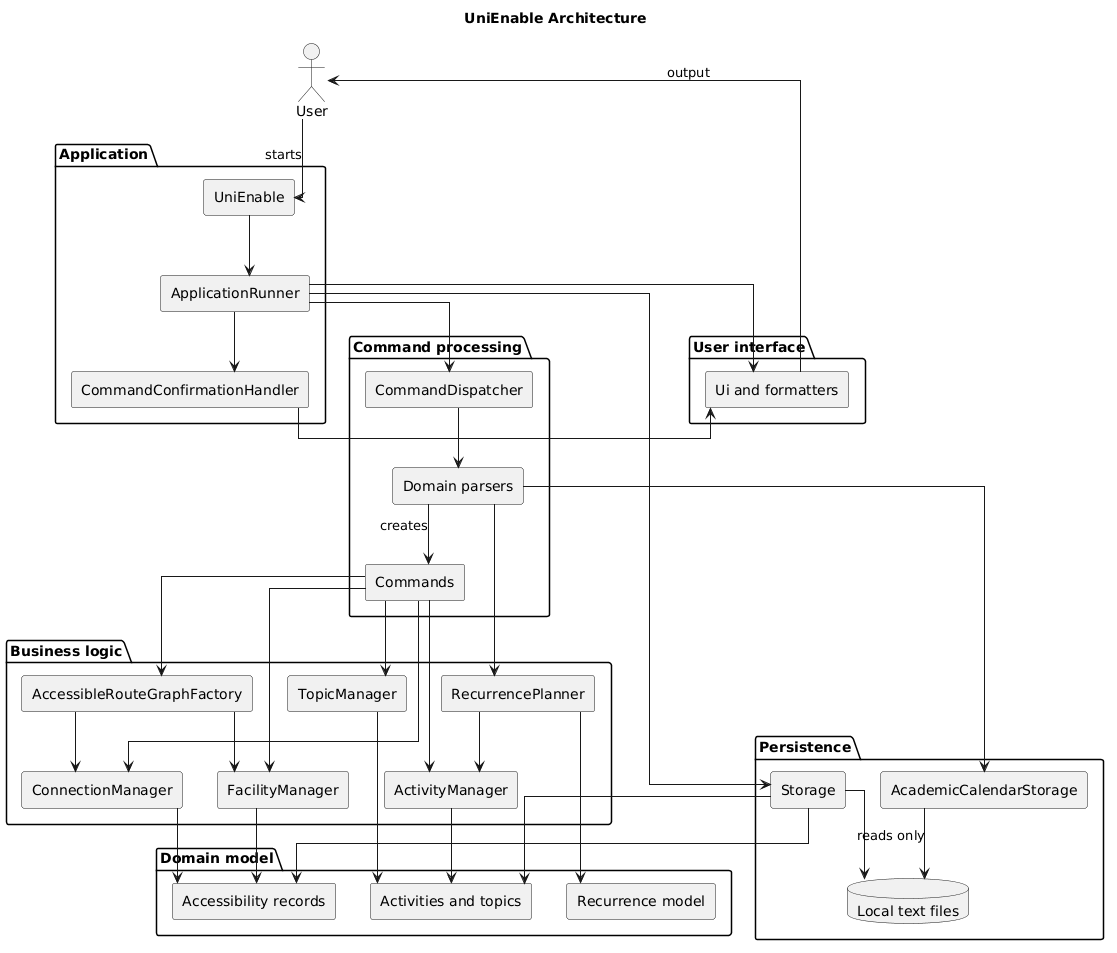
Above: docs/diagrams/architecture/ArchitectureDiagram.png in lukelouyu/SelfTeamProject (PlantUML), before the change.
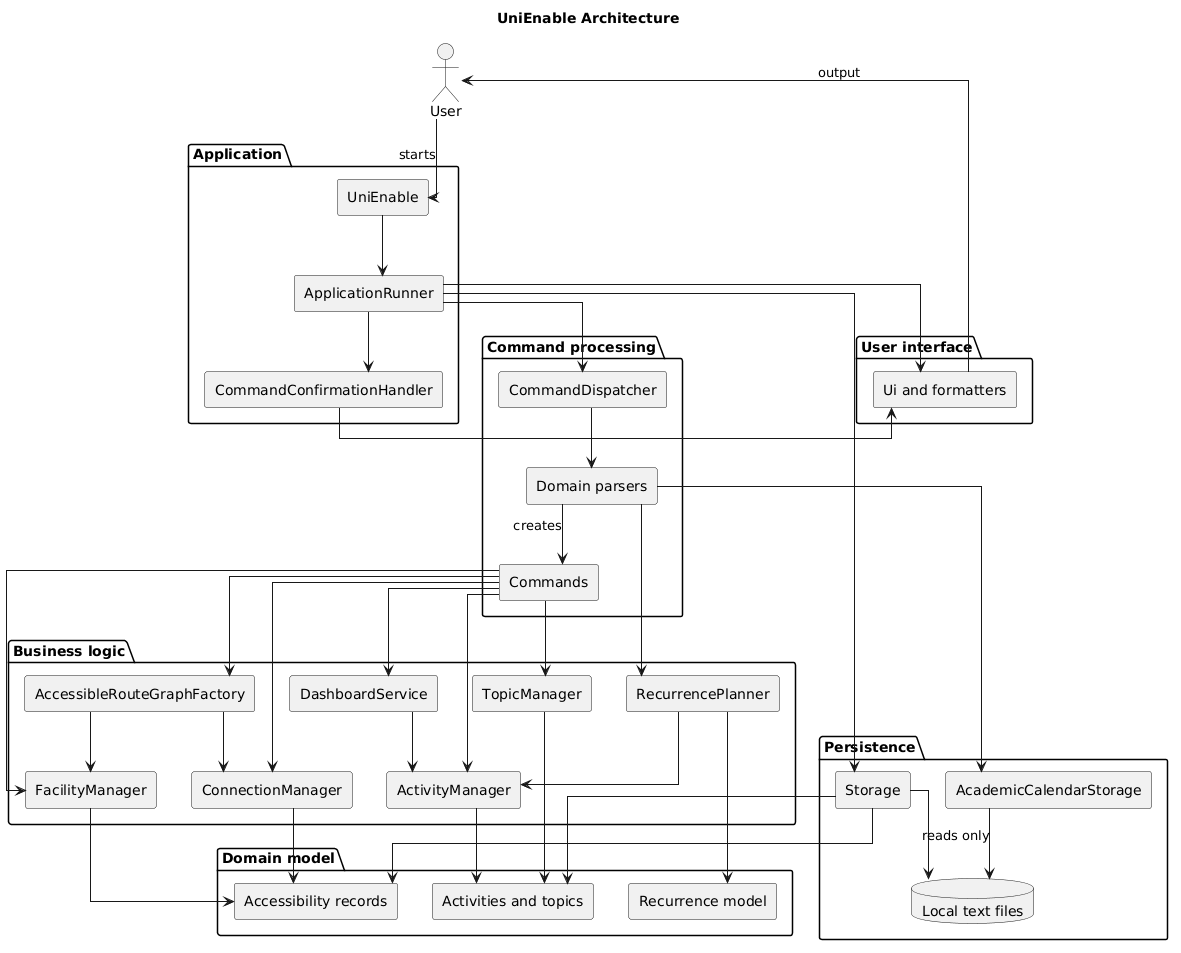
After the commit.

Diff of the diagram source:
```diff
@@ -31,6 +31,7 @@
   [ConnectionManager] as ConnectionLogic
   [RecurrencePlanner] as RecurLogic
   [AccessibleRouteGraphFactory] as RouteLogic
+  [DashboardService] as DashboardLogic
 }
 
 package "Domain model" {
@@ -60,6 +61,8 @@
 Commands --> RouteLogic
 RouteLogic --> FacilityLogic
 RouteLogic --> ConnectionLogic
+Commands --> DashboardLogic
+DashboardLogic --> ActivityLogic
 Parsers --> RecurLogic
 ActivityLogic --> ActivityModel
 TopicLogic --> ActivityModel
```
